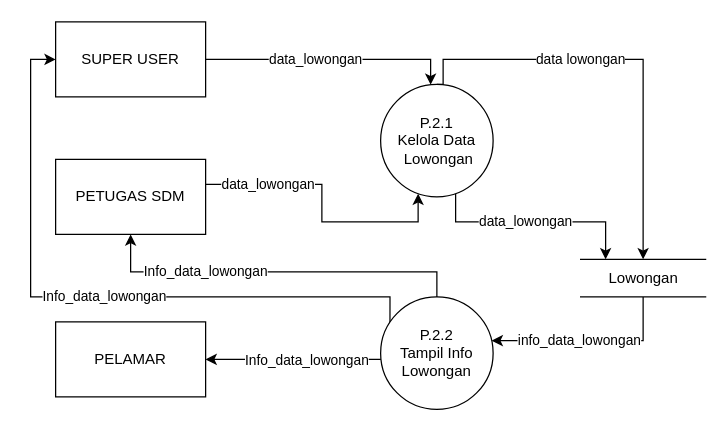
Earlier version of the draw.io diagram page "DFD P.2" (4 of 8) of DFD v2.drawio (keys2505/tugas-akhir). Source tidied: cells renumbered, new cells numbered last; positions are measured from the earlier drawing's top-left corner, leaving out a move shared by most shapes. Both pictures are drawn from the tidied source at 125%, with x=0, y=0 at pixel (30, 21).
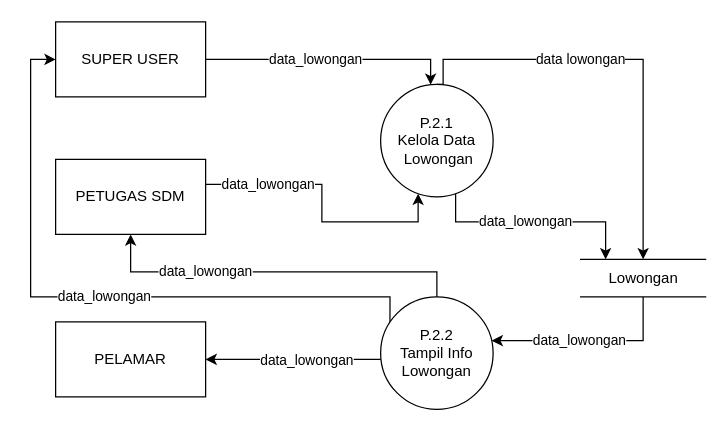
The same diagram, later.

Unchanged cells that the change refers to:
```xml
<mxCell id="6" value="Lowongan" style="html=1;dashed=0;whitespace=wrap;shape=partialRectangle;right=0;left=0;" parent="1" vertex="1">
  <mxGeometry x="440" y="190" width="100" height="30" as="geometry" />
</mxCell>
<mxCell id="8" value="PETUGAS SDM" style="rounded=0;whiteSpace=wrap;html=1;" parent="1" vertex="1">
  <mxGeometry x="20" y="110" width="120" height="60" as="geometry" />
</mxCell>
<mxCell id="10" value="SUPER USER" style="rounded=0;whiteSpace=wrap;html=1;" parent="1" vertex="1">
  <mxGeometry x="20" width="120" height="60" as="geometry" />
</mxCell>
<mxCell id="14" style="edgeStyle=orthogonalEdgeStyle;rounded=0;jettySize=auto;html=1;entryX=1;entryY=0.5;entryDx=0;entryDy=0;" parent="1" edge="1" source="16" target="11">
  <mxGeometry relative="1" as="geometry">
    <Array as="points">
      <mxPoint x="250" y="270" />
      <mxPoint x="250" y="270" />
    </Array>
  </mxGeometry>
</mxCell>
<mxCell id="16" value="&lt;div&gt;P.2.2&lt;/div&gt;&lt;div&gt;Tampil Info&lt;/div&gt;&lt;div&gt;Lowongan&lt;br&gt;&lt;/div&gt;" style="ellipse;whiteSpace=wrap;html=1;" parent="1" vertex="1">
  <mxGeometry x="280" y="220" width="90" height="90" as="geometry" />
</mxCell>
```

Diff of the diagram source:
```diff
@@
-    <mxCell id="5" value="info_data_lowongan" style="edgeStyle=orthogonalEdgeStyle;rounded=0;jettySize=auto;html=1;" parent="1" edge="1" source="6" target="16">
+    <mxCell id="5" value="data_lowongan" style="edgeStyle=orthogonalEdgeStyle;rounded=0;jettySize=auto;html=1;" parent="1" edge="1" source="6" target="16">
       <mxGeometry x="0.1" relative="1" as="geometry">
         <Array as="points">
           <mxPoint x="490" y="255" />
         </Array>
       </mxGeometry>
     </mxCell>
@@
-    <mxCell id="12" value="Info_data_lowongan" style="edgeStyle=orthogonalEdgeStyle;rounded=0;jettySize=auto;html=1;entryX=0;entryY=0.5;entryDx=0;entryDy=0;exitX=0.083;exitY=0.284;exitDx=0;exitDy=0;exitPerimeter=0;" parent="1" edge="1" source="16" target="10">
+    <mxCell id="12" value="data_lowongan" style="edgeStyle=orthogonalEdgeStyle;rounded=0;jettySize=auto;html=1;entryX=0;entryY=0.5;entryDx=0;entryDy=0;exitX=0.083;exitY=0.284;exitDx=0;exitDy=0;exitPerimeter=0;" parent="1" edge="1" source="16" target="10">
       <mxGeometry x="-0.03" relative="1" as="geometry">
         <Array as="points">
           <mxPoint x="288" y="220" />
           <mxPoint y="220" />
           <mxPoint y="30" />
         </Array>
       </mxGeometry>
     </mxCell>
-    <mxCell id="13" value="&lt;span style=&quot;color: rgb(0, 0, 0); font-family: Helvetica; font-size: 11px; font-style: normal; font-variant-ligatures: normal; font-variant-caps: normal; font-weight: 400; letter-spacing: normal; orphans: 2; text-align: center; text-indent: 0px; text-transform: none; widows: 2; word-spacing: 0px; -webkit-text-stroke-width: 0px; background-color: rgb(255, 255, 255); text-decoration-thickness: initial; text-decoration-style: initial; text-decoration-color: initial; float: none; display: inline !important;&quot;&gt;Info_data_lowongan&lt;/span&gt;&lt;br&gt;" style="edgeStyle=orthogonalEdgeStyle;rounded=0;jettySize=auto;html=1;entryX=0.5;entryY=1;entryDx=0;entryDy=0;" parent="1" edge="1" source="16" target="8">
+    <mxCell id="13" value="&lt;span style=&quot;color: rgb(0, 0, 0); font-family: Helvetica; font-size: 11px; font-style: normal; font-variant-ligatures: normal; font-variant-caps: normal; font-weight: 400; letter-spacing: normal; orphans: 2; text-align: center; text-indent: 0px; text-transform: none; widows: 2; word-spacing: 0px; -webkit-text-stroke-width: 0px; background-color: rgb(255, 255, 255); text-decoration-thickness: initial; text-decoration-style: initial; text-decoration-color: initial; float: none; display: inline !important;&quot;&gt;data_lowongan&lt;/span&gt;&lt;br&gt;" style="edgeStyle=orthogonalEdgeStyle;rounded=0;jettySize=auto;html=1;entryX=0.5;entryY=1;entryDx=0;entryDy=0;" parent="1" edge="1" source="16" target="8">
       <mxGeometry x="0.39" relative="1" as="geometry">
         <Array as="points">
           <mxPoint x="325" y="200" />
           <mxPoint x="80" y="200" />
         </Array>
       </mxGeometry>
     </mxCell>
@@
-    <mxCell id="15" value="Info_data_lowongan" style="edgeLabel;html=1;align=center;verticalAlign=middle;" parent="14" vertex="1">
+    <mxCell id="15" value="data_lowongan" style="edgeLabel;html=1;align=center;verticalAlign=middle;" parent="14" vertex="1">
       <mxGeometry x="0.21" y="-1" relative="1" as="geometry">
         <mxPoint x="25" y="1" as="offset" />
       </mxGeometry>
     </mxCell>
```
